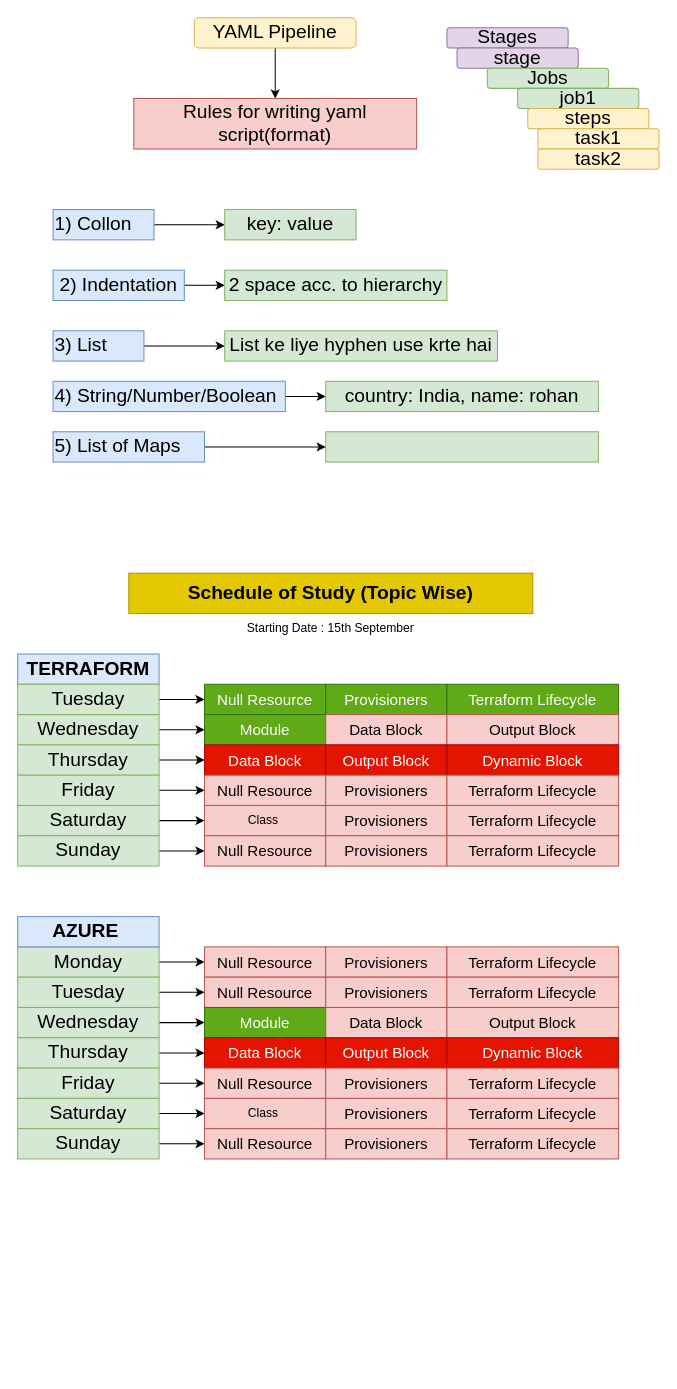
This is Practice Schedule.drawio from Sandeepinfra/Diagrams.HLD, a draw.io file, before an edit. Source tidied: cells renumbered, new cells numbered last; positions are measured from the earlier drawing's top-left corner, leaving out a move shared by most shapes. Both pictures are drawn from the tidied source at 101%, with x=0, y=0 at pixel (17, 17).
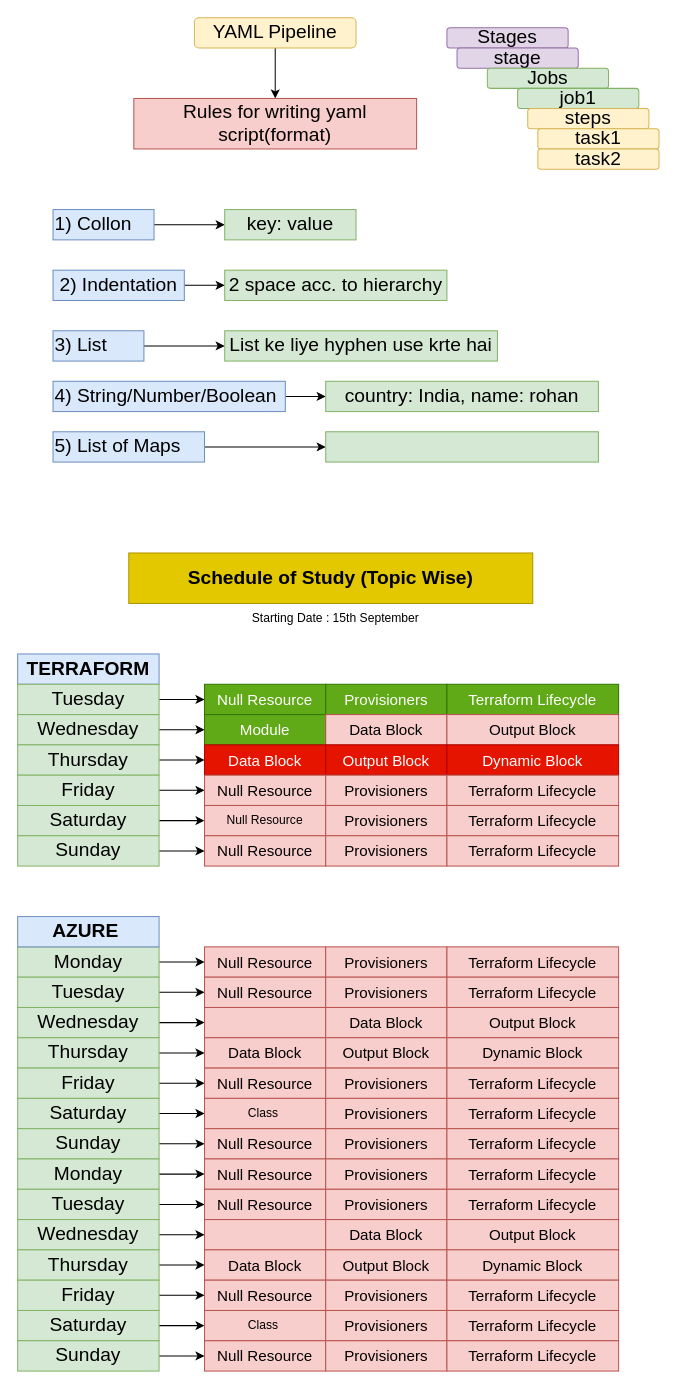
The same diagram, later.

The edit, as a diff of the source:
```diff
@@
     <mxCell id="27" value="&lt;b&gt;Schedule of Study (Topic Wise)&lt;/b&gt;" style="text;html=1;whiteSpace=wrap;strokeColor=#B09500;fillColor=#e3c800;align=center;verticalAlign=middle;rounded=0;fontFamily=Helvetica;fontSize=19;fontColor=#000000;" parent="1" vertex="1">
-      <mxGeometry x="110" y="550" width="400" height="40" as="geometry" />
+      <mxGeometry x="110" y="530" width="400" height="50" as="geometry" />
     </mxCell>
@@
-    <mxCell id="57" value="Class&amp;nbsp;" style="text;html=1;whiteSpace=wrap;strokeColor=#b85450;fillColor=#f8cecc;align=center;verticalAlign=middle;rounded=0;" parent="1" vertex="1">
+    <mxCell id="57" value="Null Resource" style="text;html=1;whiteSpace=wrap;strokeColor=#b85450;fillColor=#f8cecc;align=center;verticalAlign=middle;rounded=0;" parent="1" vertex="1">
       <mxGeometry x="185" y="780" width="120" height="30" as="geometry" />
     </mxCell>
@@
     <mxCell id="70" value="Starting Date : 15th September" style="text;html=1;whiteSpace=wrap;strokeColor=none;fillColor=none;align=center;verticalAlign=middle;rounded=0;" parent="1" vertex="1">
-      <mxGeometry x="225" y="590" width="170" height="30" as="geometry" />
+      <mxGeometry x="230" y="580" width="170" height="30" as="geometry" />
     </mxCell>
@@
-    <mxCell id="81" value="&lt;span style=&quot;font-size: 15px;&quot;&gt;Module&lt;/span&gt;" style="text;html=1;whiteSpace=wrap;strokeColor=#2D7600;fillColor=#60a917;align=center;verticalAlign=middle;rounded=0;fontColor=#ffffff;" parent="1" vertex="1">
+    <mxCell id="81" style="text;html=1;whiteSpace=wrap;strokeColor=#b85450;fillColor=#f8cecc;align=center;verticalAlign=middle;rounded=0;" parent="1" vertex="1">
       <mxGeometry x="185" y="980" width="120" height="30" as="geometry" />
     </mxCell>
@@
-    <mxCell id="84" value="&lt;font style=&quot;font-size: 15px;&quot;&gt;Data Block&lt;/font&gt;" style="text;html=1;whiteSpace=wrap;strokeColor=#B20000;fillColor=#e51400;align=center;verticalAlign=middle;rounded=0;fontColor=#ffffff;" parent="1" vertex="1">
+    <mxCell id="84" value="&lt;font style=&quot;font-size: 15px;&quot;&gt;Data Block&lt;/font&gt;" style="text;html=1;whiteSpace=wrap;strokeColor=#b85450;fillColor=#f8cecc;align=center;verticalAlign=middle;rounded=0;" parent="1" vertex="1">
       <mxGeometry x="185" y="1010" width="120" height="30" as="geometry" />
     </mxCell>
-    <mxCell id="85" value="&lt;span style=&quot;font-size: 15px;&quot;&gt;Output Block&lt;/span&gt;" style="text;html=1;whiteSpace=wrap;strokeColor=#B20000;fillColor=#e51400;align=center;verticalAlign=middle;rounded=0;fontColor=#ffffff;" parent="1" vertex="1">
+    <mxCell id="85" value="&lt;span style=&quot;font-size: 15px;&quot;&gt;Output Block&lt;/span&gt;" style="text;html=1;whiteSpace=wrap;strokeColor=#b85450;fillColor=#f8cecc;align=center;verticalAlign=middle;rounded=0;" parent="1" vertex="1">
       <mxGeometry x="305" y="1010" width="120" height="30" as="geometry" />
     </mxCell>
-    <mxCell id="86" value="&lt;span style=&quot;font-size: 15px;&quot;&gt;Dynamic Block&lt;/span&gt;" style="text;html=1;whiteSpace=wrap;strokeColor=#B20000;fillColor=#e51400;align=center;verticalAlign=middle;rounded=0;fontColor=#ffffff;" parent="1" vertex="1">
+    <mxCell id="86" value="&lt;span style=&quot;font-size: 15px;&quot;&gt;Dynamic Block&lt;/span&gt;" style="text;html=1;whiteSpace=wrap;strokeColor=#b85450;fillColor=#f8cecc;align=center;verticalAlign=middle;rounded=0;" parent="1" vertex="1">
       <mxGeometry x="425" y="1010" width="170" height="30" as="geometry" />
     </mxCell>
@@
+    <mxCell id="96" style="edgeStyle=orthogonalEdgeStyle;rounded=0;jettySize=auto;html=1;entryX=0;entryY=0.5;entryDx=0;entryDy=0;fontFamily=Helvetica;fontSize=19;fontColor=default;" parent="1" edge="1" source="97" target="100">
+      <mxGeometry relative="1" as="geometry" />
+    </mxCell>
+    <mxCell id="97" value="&lt;span style=&quot;text-align: left;&quot;&gt;Monday&lt;/span&gt;" style="text;html=1;whiteSpace=wrap;strokeColor=#82b366;fillColor=#d5e8d4;align=center;verticalAlign=middle;rounded=0;fontFamily=Helvetica;fontSize=19;" parent="1" vertex="1">
+      <mxGeometry y="1130" width="140" height="30" as="geometry" />
+    </mxCell>
+    <mxCell id="98" style="edgeStyle=orthogonalEdgeStyle;rounded=0;jettySize=auto;html=1;entryX=0;entryY=0.5;entryDx=0;entryDy=0;fontFamily=Helvetica;fontSize=19;fontColor=default;" parent="1" edge="1" source="99" target="103">
+      <mxGeometry relative="1" as="geometry" />
+    </mxCell>
+    <mxCell id="99" value="&lt;span style=&quot;text-align: left;&quot;&gt;Tuesday&lt;/span&gt;" style="text;html=1;whiteSpace=wrap;strokeColor=#82b366;fillColor=#d5e8d4;align=center;verticalAlign=middle;rounded=0;fontFamily=Helvetica;fontSize=19;" parent="1" vertex="1">
+      <mxGeometry y="1160" width="140" height="30" as="geometry" />
+    </mxCell>
+    <mxCell id="100" value="&lt;font style=&quot;font-size: 15px;&quot;&gt;Null Resource&lt;/font&gt;" style="text;html=1;whiteSpace=wrap;strokeColor=#b85450;fillColor=#f8cecc;align=center;verticalAlign=middle;rounded=0;" parent="1" vertex="1">
+      <mxGeometry x="185" y="1130" width="120" height="30" as="geometry" />
+    </mxCell>
+    <mxCell id="101" value="&lt;span style=&quot;font-size: 15px;&quot;&gt;Provisioners&lt;/span&gt;" style="text;html=1;whiteSpace=wrap;strokeColor=#b85450;fillColor=#f8cecc;align=center;verticalAlign=middle;rounded=0;" parent="1" vertex="1">
+      <mxGeometry x="305" y="1130" width="120" height="30" as="geometry" />
+    </mxCell>
+    <mxCell id="102" value="&lt;span style=&quot;font-size: 15px;&quot;&gt;Terraform Lifecycle&lt;/span&gt;" style="text;html=1;whiteSpace=wrap;strokeColor=#b85450;fillColor=#f8cecc;align=center;verticalAlign=middle;rounded=0;" parent="1" vertex="1">
+      <mxGeometry x="425" y="1130" width="170" height="30" as="geometry" />
+    </mxCell>
+    <mxCell id="103" value="&lt;font style=&quot;font-size: 15px;&quot;&gt;Null Resource&lt;/font&gt;" style="text;html=1;whiteSpace=wrap;strokeColor=#b85450;fillColor=#f8cecc;align=center;verticalAlign=middle;rounded=0;" parent="1" vertex="1">
+      <mxGeometry x="185" y="1160" width="120" height="30" as="geometry" />
+    </mxCell>
+    <mxCell id="104" value="&lt;span style=&quot;font-size: 15px;&quot;&gt;Provisioners&lt;/span&gt;" style="text;html=1;whiteSpace=wrap;strokeColor=#b85450;fillColor=#f8cecc;align=center;verticalAlign=middle;rounded=0;" parent="1" vertex="1">
+      <mxGeometry x="305" y="1160" width="120" height="30" as="geometry" />
+    </mxCell>
+    <mxCell id="105" value="&lt;span style=&quot;font-size: 15px;&quot;&gt;Terraform Lifecycle&lt;/span&gt;" style="text;html=1;whiteSpace=wrap;strokeColor=#b85450;fillColor=#f8cecc;align=center;verticalAlign=middle;rounded=0;" parent="1" vertex="1">
+      <mxGeometry x="425" y="1160" width="170" height="30" as="geometry" />
+    </mxCell>
+    <mxCell id="106" style="edgeStyle=orthogonalEdgeStyle;rounded=0;jettySize=auto;html=1;exitX=1;exitY=0.5;exitDx=0;exitDy=0;entryX=0;entryY=0.5;entryDx=0;entryDy=0;fontFamily=Helvetica;fontSize=19;fontColor=default;" parent="1" edge="1" source="107" target="116">
+      <mxGeometry relative="1" as="geometry" />
+    </mxCell>
+    <mxCell id="107" value="&lt;span style=&quot;text-align: left;&quot;&gt;Wednesday&lt;/span&gt;" style="text;html=1;whiteSpace=wrap;strokeColor=#82b366;fillColor=#d5e8d4;align=center;verticalAlign=middle;rounded=0;fontFamily=Helvetica;fontSize=19;" parent="1" vertex="1">
+      <mxGeometry y="1190" width="140" height="30" as="geometry" />
+    </mxCell>
+    <mxCell id="108" style="edgeStyle=orthogonalEdgeStyle;rounded=0;jettySize=auto;html=1;entryX=0;entryY=0.5;entryDx=0;entryDy=0;fontFamily=Helvetica;fontSize=19;fontColor=default;" parent="1" edge="1" source="109" target="119">
+      <mxGeometry relative="1" as="geometry" />
+    </mxCell>
+    <mxCell id="109" value="&lt;span style=&quot;text-align: left;&quot;&gt;Thursday&lt;/span&gt;" style="text;html=1;whiteSpace=wrap;strokeColor=#82b366;fillColor=#d5e8d4;align=center;verticalAlign=middle;rounded=0;fontFamily=Helvetica;fontSize=19;" parent="1" vertex="1">
+      <mxGeometry y="1220" width="140" height="30" as="geometry" />
+    </mxCell>
+    <mxCell id="110" style="edgeStyle=orthogonalEdgeStyle;rounded=0;jettySize=auto;html=1;entryX=0;entryY=0.5;entryDx=0;entryDy=0;fontFamily=Helvetica;fontSize=19;fontColor=default;" parent="1" edge="1" source="111" target="122">
+      <mxGeometry relative="1" as="geometry" />
+    </mxCell>
+    <mxCell id="111" value="&lt;span style=&quot;text-align: left;&quot;&gt;Friday&lt;/span&gt;" style="text;html=1;whiteSpace=wrap;strokeColor=#82b366;fillColor=#d5e8d4;align=center;verticalAlign=middle;rounded=0;fontFamily=Helvetica;fontSize=19;" parent="1" vertex="1">
+      <mxGeometry y="1250" width="140" height="30" as="geometry" />
+    </mxCell>
+    <mxCell id="112" style="edgeStyle=orthogonalEdgeStyle;rounded=0;jettySize=auto;html=1;entryX=0;entryY=0.5;entryDx=0;entryDy=0;fontFamily=Helvetica;fontSize=19;fontColor=default;" parent="1" edge="1" source="113" target="125">
+      <mxGeometry relative="1" as="geometry" />
+    </mxCell>
+    <mxCell id="113" value="&lt;span style=&quot;text-align: left;&quot;&gt;Saturday&lt;/span&gt;" style="text;html=1;whiteSpace=wrap;strokeColor=#82b366;fillColor=#d5e8d4;align=center;verticalAlign=middle;rounded=0;fontFamily=Helvetica;fontSize=19;" parent="1" vertex="1">
+      <mxGeometry y="1280" width="140" height="30" as="geometry" />
+    </mxCell>
+    <mxCell id="114" style="edgeStyle=orthogonalEdgeStyle;rounded=0;jettySize=auto;html=1;entryX=0;entryY=0.5;entryDx=0;entryDy=0;fontFamily=Helvetica;fontSize=19;fontColor=default;" parent="1" edge="1" source="115" target="128">
+      <mxGeometry relative="1" as="geometry" />
+    </mxCell>
+    <mxCell id="115" value="&lt;div style=&quot;text-align: left;&quot;&gt;&lt;span style=&quot;background-color: transparent; color: light-dark(rgb(0, 0, 0), rgb(255, 255, 255));&quot;&gt;Sunday&lt;/span&gt;&lt;/div&gt;" style="text;html=1;whiteSpace=wrap;strokeColor=#82b366;fillColor=#d5e8d4;align=center;verticalAlign=middle;rounded=0;fontFamily=Helvetica;fontSize=19;" parent="1" vertex="1">
+      <mxGeometry y="1310" width="140" height="30" as="geometry" />
+    </mxCell>
+    <mxCell id="116" style="text;html=1;whiteSpace=wrap;strokeColor=#b85450;fillColor=#f8cecc;align=center;verticalAlign=middle;rounded=0;" parent="1" vertex="1">
+      <mxGeometry x="185" y="1190" width="120" height="30" as="geometry" />
+    </mxCell>
+    <mxCell id="117" value="&lt;span style=&quot;font-size: 15px;&quot;&gt;Data Block&lt;/span&gt;" style="text;html=1;whiteSpace=wrap;strokeColor=#b85450;fillColor=#f8cecc;align=center;verticalAlign=middle;rounded=0;" parent="1" vertex="1">
+      <mxGeometry x="305" y="1190" width="120" height="30" as="geometry" />
+    </mxCell>
+    <mxCell id="118" value="&lt;span style=&quot;font-size: 15px;&quot;&gt;Output Block&lt;/span&gt;" style="text;html=1;whiteSpace=wrap;strokeColor=#b85450;fillColor=#f8cecc;align=center;verticalAlign=middle;rounded=0;" parent="1" vertex="1">
+      <mxGeometry x="425" y="1190" width="170" height="30" as="geometry" />
+    </mxCell>
+    <mxCell id="119" value="&lt;font style=&quot;font-size: 15px;&quot;&gt;Data Block&lt;/font&gt;" style="text;html=1;whiteSpace=wrap;strokeColor=#b85450;fillColor=#f8cecc;align=center;verticalAlign=middle;rounded=0;" parent="1" vertex="1">
+      <mxGeometry x="185" y="1220" width="120" height="30" as="geometry" />
+    </mxCell>
+    <mxCell id="120" value="&lt;span style=&quot;font-size: 15px;&quot;&gt;Output Block&lt;/span&gt;" style="text;html=1;whiteSpace=wrap;strokeColor=#b85450;fillColor=#f8cecc;align=center;verticalAlign=middle;rounded=0;" parent="1" vertex="1">
+      <mxGeometry x="305" y="1220" width="120" height="30" as="geometry" />
+    </mxCell>
+    <mxCell id="121" value="&lt;span style=&quot;font-size: 15px;&quot;&gt;Dynamic Block&lt;/span&gt;" style="text;html=1;whiteSpace=wrap;strokeColor=#b85450;fillColor=#f8cecc;align=center;verticalAlign=middle;rounded=0;" parent="1" vertex="1">
+      <mxGeometry x="425" y="1220" width="170" height="30" as="geometry" />
+    </mxCell>
+    <mxCell id="122" value="&lt;font style=&quot;font-size: 15px;&quot;&gt;Null Resource&lt;/font&gt;" style="text;html=1;whiteSpace=wrap;strokeColor=#b85450;fillColor=#f8cecc;align=center;verticalAlign=middle;rounded=0;" parent="1" vertex="1">
+      <mxGeometry x="185" y="1250" width="120" height="30" as="geometry" />
+    </mxCell>
+    <mxCell id="123" value="&lt;span style=&quot;font-size: 15px;&quot;&gt;Provisioners&lt;/span&gt;" style="text;html=1;whiteSpace=wrap;strokeColor=#b85450;fillColor=#f8cecc;align=center;verticalAlign=middle;rounded=0;" parent="1" vertex="1">
+      <mxGeometry x="305" y="1250" width="120" height="30" as="geometry" />
+    </mxCell>
+    <mxCell id="124" value="&lt;span style=&quot;font-size: 15px;&quot;&gt;Terraform Lifecycle&lt;/span&gt;" style="text;html=1;whiteSpace=wrap;strokeColor=#b85450;fillColor=#f8cecc;align=center;verticalAlign=middle;rounded=0;" parent="1" vertex="1">
+      <mxGeometry x="425" y="1250" width="170" height="30" as="geometry" />
+    </mxCell>
+    <mxCell id="125" value="Class&amp;nbsp;" style="text;html=1;whiteSpace=wrap;strokeColor=#b85450;fillColor=#f8cecc;align=center;verticalAlign=middle;rounded=0;" parent="1" vertex="1">
+      <mxGeometry x="185" y="1280" width="120" height="30" as="geometry" />
+    </mxCell>
+    <mxCell id="126" value="&lt;span style=&quot;font-size: 15px;&quot;&gt;Provisioners&lt;/span&gt;" style="text;html=1;whiteSpace=wrap;strokeColor=#b85450;fillColor=#f8cecc;align=center;verticalAlign=middle;rounded=0;" parent="1" vertex="1">
+      <mxGeometry x="305" y="1280" width="120" height="30" as="geometry" />
+    </mxCell>
+    <mxCell id="127" value="&lt;span style=&quot;font-size: 15px;&quot;&gt;Terraform Lifecycle&lt;/span&gt;" style="text;html=1;whiteSpace=wrap;strokeColor=#b85450;fillColor=#f8cecc;align=center;verticalAlign=middle;rounded=0;" parent="1" vertex="1">
+      <mxGeometry x="425" y="1280" width="170" height="30" as="geometry" />
+    </mxCell>
+    <mxCell id="128" value="&lt;font style=&quot;font-size: 15px;&quot;&gt;Null Resource&lt;/font&gt;" style="text;html=1;whiteSpace=wrap;strokeColor=#b85450;fillColor=#f8cecc;align=center;verticalAlign=middle;rounded=0;" parent="1" vertex="1">
+      <mxGeometry x="185" y="1310" width="120" height="30" as="geometry" />
+    </mxCell>
+    <mxCell id="129" value="&lt;span style=&quot;font-size: 15px;&quot;&gt;Provisioners&lt;/span&gt;" style="text;html=1;whiteSpace=wrap;strokeColor=#b85450;fillColor=#f8cecc;align=center;verticalAlign=middle;rounded=0;" parent="1" vertex="1">
+      <mxGeometry x="305" y="1310" width="120" height="30" as="geometry" />
+    </mxCell>
+    <mxCell id="130" value="&lt;span style=&quot;font-size: 15px;&quot;&gt;Terraform Lifecycle&lt;/span&gt;" style="text;html=1;whiteSpace=wrap;strokeColor=#b85450;fillColor=#f8cecc;align=center;verticalAlign=middle;rounded=0;" parent="1" vertex="1">
+      <mxGeometry x="425" y="1310" width="170" height="30" as="geometry" />
+    </mxCell>
```
